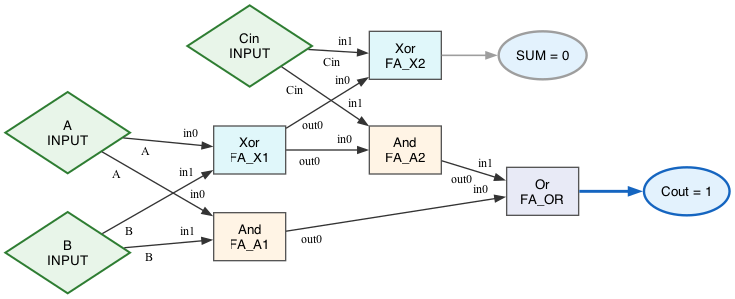
This is lib/docs/fa.png from gquar/java-logic-sim, a Graphviz export, as it was before one commit. Its source is kept beside it as lib/docs/fa.dot. The source it was exported from:
```dot
digraph Logic {
  graph [rankdir=LR, nodesep=0.4, ranksep=0.6];
  node  [shape=box, style=filled, fillcolor="#f6f6f6", color="#555555", fontname=Helvetica, fontsize=10];
  edge  [color="#333333", arrowsize=0.7];

  in_A [label="A\nINPUT", shape=diamond, fillcolor="#e8f5e9", color="#2e7d32", penwidth=1.5];
  in_B [label="B\nINPUT", shape=diamond, fillcolor="#e8f5e9", color="#2e7d32", penwidth=1.5];
  in_Cin [label="Cin\nINPUT", shape=diamond, fillcolor="#e8f5e9", color="#2e7d32", penwidth=1.5];

  g_FA_X1 [label="Xor\nFA_X1", fillcolor="#e0f7fa"];
  g_FA_A1 [label="And\nFA_A1", fillcolor="#fff4e5"];
  g_FA_X2 [label="Xor\nFA_X2", fillcolor="#e0f7fa"];
  g_FA_A2 [label="And\nFA_A2", fillcolor="#fff4e5"];
  g_FA_OR [label="Or\nFA_OR", fillcolor="#e8eaf6"];

  in_A -> g_FA_X1 [taillabel="A", headlabel="in0", labeldistance=2, labelfontsize=9];
  in_A -> g_FA_A1 [taillabel="A", headlabel="in0", labeldistance=2, labelfontsize=9];
  in_B -> g_FA_X1 [taillabel="B", headlabel="in1", labeldistance=2, labelfontsize=9];
  in_B -> g_FA_A1 [taillabel="B", headlabel="in1", labeldistance=2, labelfontsize=9];
  in_Cin -> g_FA_X2 [taillabel="Cin", headlabel="in1", labeldistance=2, labelfontsize=9];
  in_Cin -> g_FA_A2 [taillabel="Cin", headlabel="in1", labeldistance=2, labelfontsize=9];

  g_FA_X1 -> g_FA_X2 [headlabel="in0", taillabel="out0", labeldistance=2, labelfontsize=9];
  g_FA_X1 -> g_FA_A2 [headlabel="in0", taillabel="out0", labeldistance=2, labelfontsize=9];
  g_FA_A1 -> g_FA_OR [headlabel="in0", taillabel="out0", labeldistance=2, labelfontsize=9];
  g_FA_A2 -> g_FA_OR [headlabel="in1", taillabel="out0", labeldistance=2, labelfontsize=9];

  out_FA_X2 [label="SUM = 0", shape=oval, fillcolor="#e3f2fd", color="#9e9e9e", penwidth=1.8];
  g_FA_X2 -> out_FA_X2 [color="#9e9e9e", penwidth=1.2];
  out_FA_OR [label="Cout = 1", shape=oval, fillcolor="#e3f2fd", color="#1565c0", penwidth=1.8];
  g_FA_OR -> out_FA_OR [color="#1565c0", penwidth=2.2];
}
```
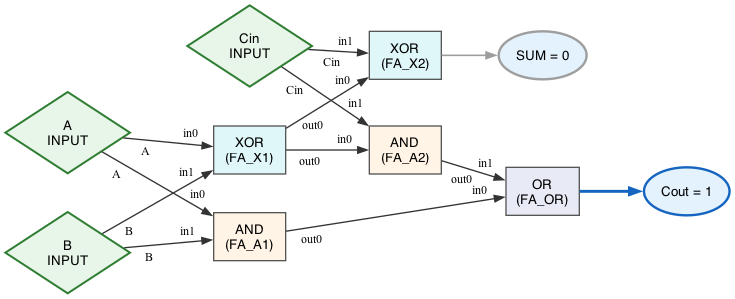
The same file after the commit.

What changed in the source:
```diff
@@ -7,11 +7,11 @@
   in_B [label="B\nINPUT", shape=diamond, fillcolor="#e8f5e9", color="#2e7d32", penwidth=1.5];
   in_Cin [label="Cin\nINPUT", shape=diamond, fillcolor="#e8f5e9", color="#2e7d32", penwidth=1.5];
 
-  g_FA_X1 [label="Xor\nFA_X1", fillcolor="#e0f7fa"];
-  g_FA_A1 [label="And\nFA_A1", fillcolor="#fff4e5"];
-  g_FA_X2 [label="Xor\nFA_X2", fillcolor="#e0f7fa"];
-  g_FA_A2 [label="And\nFA_A2", fillcolor="#fff4e5"];
-  g_FA_OR [label="Or\nFA_OR", fillcolor="#e8eaf6"];
+  g_FA_X1 [label="XOR\n(FA_X1)", fillcolor="#e0f7fa"];
+  g_FA_A1 [label="AND\n(FA_A1)", fillcolor="#fff4e5"];
+  g_FA_X2 [label="XOR\n(FA_X2)", fillcolor="#e0f7fa"];
+  g_FA_A2 [label="AND\n(FA_A2)", fillcolor="#fff4e5"];
+  g_FA_OR [label="OR\n(FA_OR)", fillcolor="#e8eaf6"];
 
   in_A -> g_FA_X1 [taillabel="A", headlabel="in0", labeldistance=2, labelfontsize=9];
   in_A -> g_FA_A1 [taillabel="A", headlabel="in0", labeldistance=2, labelfontsize=9];
```
